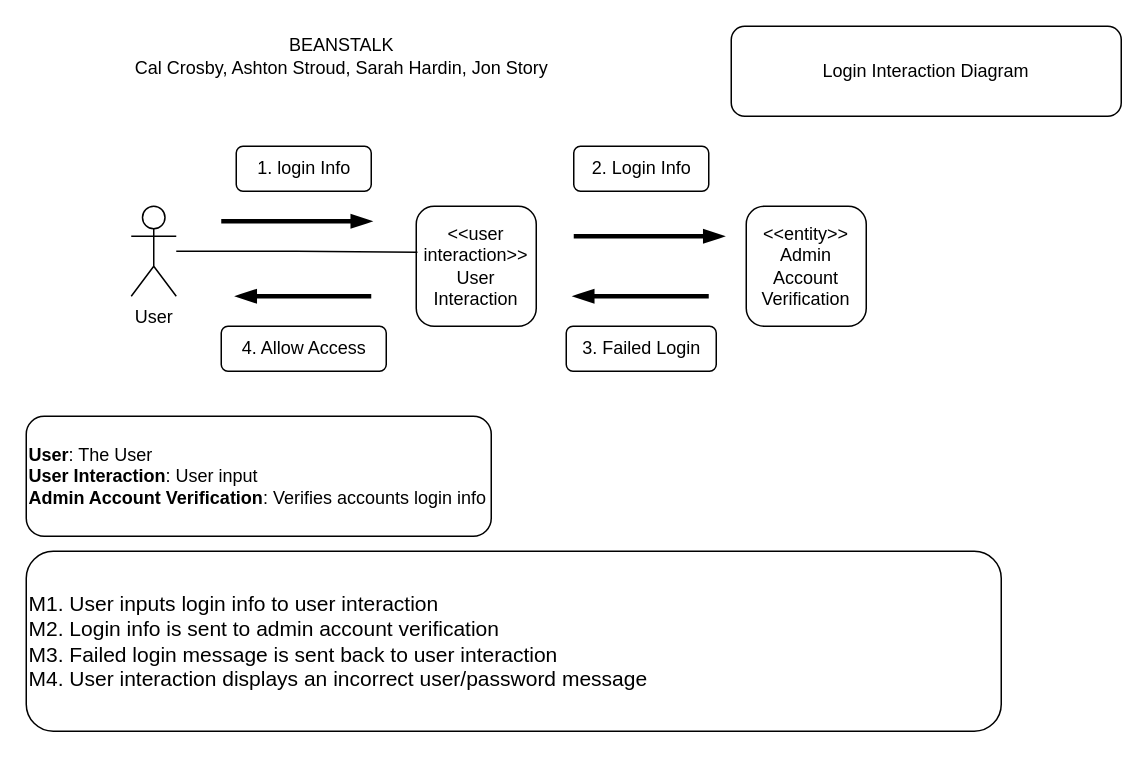
Before: D6b-MessageSequenceDiagrams/login_admin_fail_MSD.drawio in Glizzus/COMP-3700, a draw.io diagram. Source tidied: cells renumbered, new cells numbered last; positions are measured from the earlier drawing's top-left corner, leaving out a move shared by most shapes. Both pictures are drawn from the tidied source at 150%, with x=0, y=0 at pixel (26, 26).
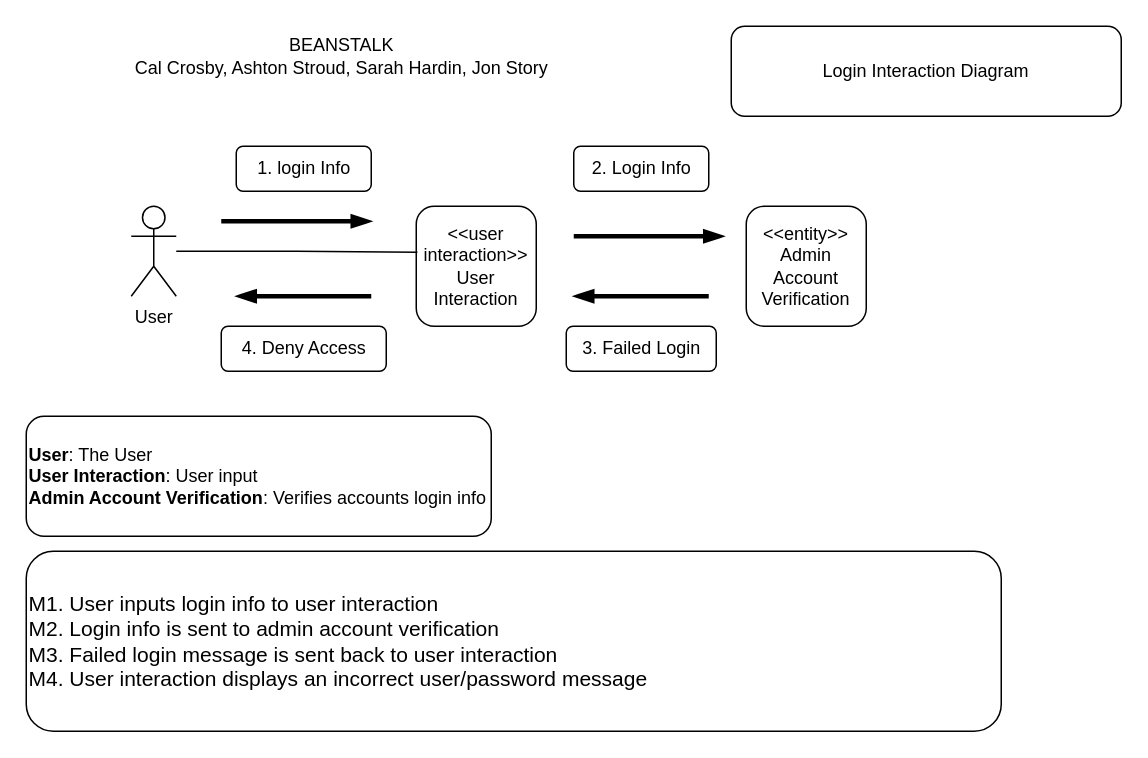
Above is the later version.

Commit message:
Update Admin Log Fail

Changed allow access to deny access

Diff of the diagram source:
```diff
@@
-    <mxCell id="15" value="4. Allow Access" style="text;html=1;align=center;verticalAlign=middle;strokeColor=default;fillColor=none;rounded=1;" parent="1" vertex="1">
+    <mxCell id="15" value="4. Deny Access" style="text;html=1;align=center;verticalAlign=middle;strokeColor=default;fillColor=none;rounded=1;" parent="1" vertex="1">
       <mxGeometry x="130" y="200" width="110" height="30" as="geometry" />
     </mxCell>
```
